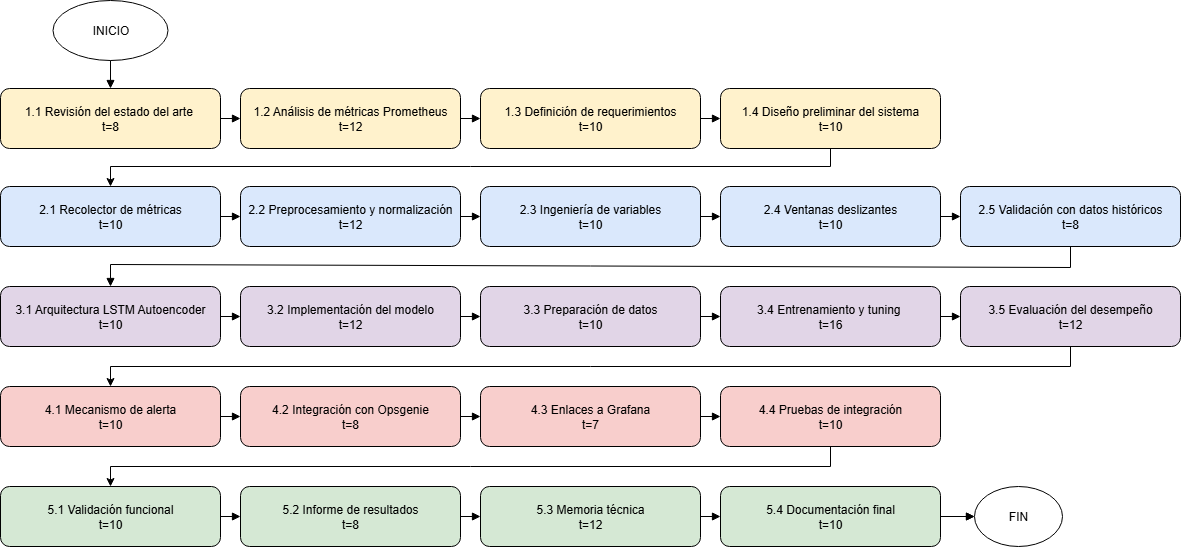
Above: Figuras/AoN.png in christophcharaf/Plantilla-planificacion (draw.io), before the change. Source tidied: cells renumbered, new cells last; positions are measured from the earlier drawing's top-left corner, leaving out a move shared by most shapes.
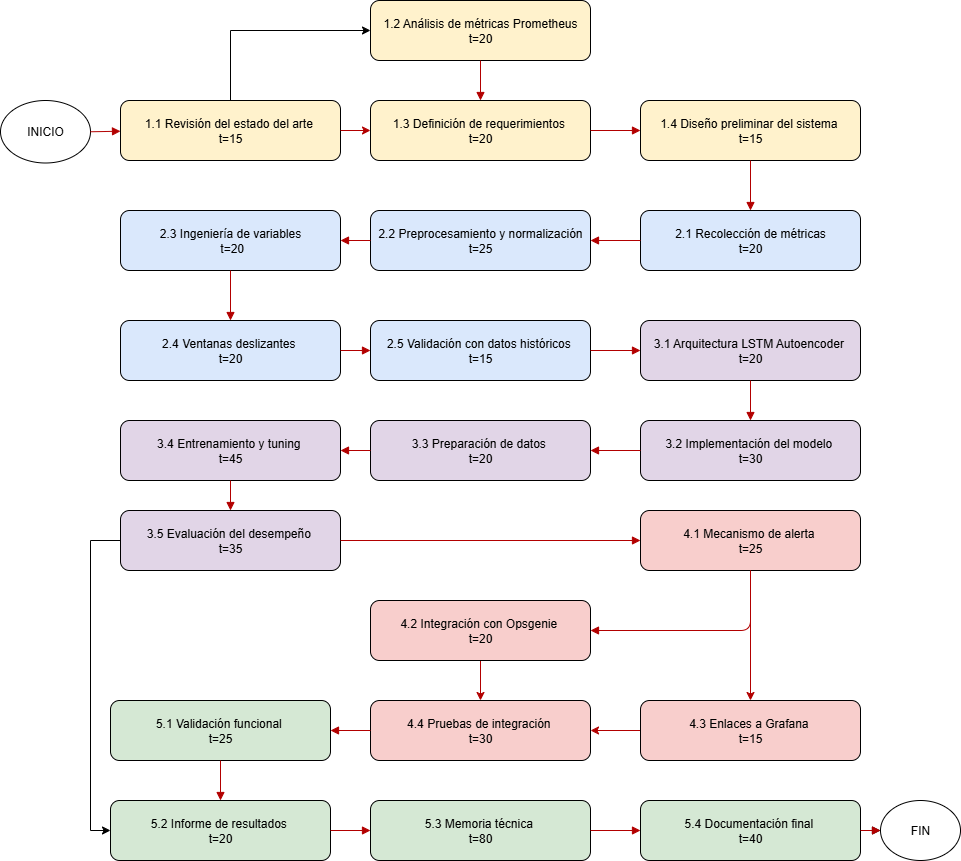
Above is the later version.

What changed in the source:
```diff
@@ -3,163 +3,161 @@
     <mxCell id="0" />
     <mxCell id="1" parent="0" />
     <mxCell id="2" value="INICIO" style="ellipse;whiteSpace=wrap;html=1;" parent="1" vertex="1">
-      <mxGeometry x="52.5" width="115" height="60" as="geometry" />
+      <mxGeometry x="1329" y="499" width="90" height="62.5" as="geometry" />
     </mxCell>
-    <mxCell id="3" value="1.1 Revisión del estado del arte&amp;nbsp;&lt;div&gt;t=8&lt;/div&gt;" style="rounded=1;fillColor=#fff2cc;whiteSpace=wrap;html=1;" parent="1" vertex="1">
-      <mxGeometry y="88" width="220" height="60" as="geometry" />
-    </mxCell>
-    <mxCell id="4" value="1.2 Análisis de métricas Prometheus&lt;div&gt;t=12&lt;/div&gt;" style="rounded=1;fillColor=#fff2cc;whiteSpace=wrap;html=1;" parent="1" vertex="1">
-      <mxGeometry x="240" y="88" width="220" height="60" as="geometry" />
-    </mxCell>
-    <mxCell id="5" value="1.3 Definición de requerimientos&lt;div&gt;t=10&lt;/div&gt;" style="rounded=1;fillColor=#fff2cc;whiteSpace=wrap;html=1;" parent="1" vertex="1">
-      <mxGeometry x="480" y="88" width="220" height="60" as="geometry" />
-    </mxCell>
-    <mxCell id="6" style="edgeStyle=orthogonalEdgeStyle;rounded=0;jettySize=auto;html=1;exitX=0.5;exitY=1;exitDx=0;exitDy=0;" parent="1" edge="1" source="7" target="8">
-      <mxGeometry relative="1" as="geometry">
-        <Array as="points">
-          <mxPoint x="830" y="166" />
-          <mxPoint x="110" y="166" />
-        </Array>
-      </mxGeometry>
-    </mxCell>
-    <mxCell id="7" value="1.4 Diseño preliminar del sistema&lt;div&gt;t=10&lt;/div&gt;" style="rounded=1;fillColor=#fff2cc;whiteSpace=wrap;html=1;" parent="1" vertex="1">
-      <mxGeometry x="720" y="88" width="220" height="60" as="geometry" />
-    </mxCell>
-    <mxCell id="8" value="2.1 Recolector de métricas&lt;div&gt;t=10&lt;/div&gt;" style="rounded=1;fillColor=#dae8fc;whiteSpace=wrap;html=1;" parent="1" vertex="1">
-      <mxGeometry y="186" width="220" height="60" as="geometry" />
-    </mxCell>
-    <mxCell id="9" value="2.2 Preprocesamiento y normalización&lt;div&gt;t=12&lt;/div&gt;" style="rounded=1;fillColor=#dae8fc;whiteSpace=wrap;html=1;" parent="1" vertex="1">
-      <mxGeometry x="240" y="186" width="220" height="60" as="geometry" />
-    </mxCell>
-    <mxCell id="10" value="2.3 Ingeniería de variables&lt;div&gt;t=10&lt;/div&gt;" style="rounded=1;fillColor=#dae8fc;whiteSpace=wrap;html=1;" parent="1" vertex="1">
-      <mxGeometry x="480" y="186" width="220" height="60" as="geometry" />
-    </mxCell>
-    <mxCell id="11" value="2.4 Ventanas deslizantes&lt;div&gt;t=10&lt;/div&gt;" style="rounded=1;fillColor=#dae8fc;whiteSpace=wrap;html=1;" parent="1" vertex="1">
-      <mxGeometry x="720" y="186" width="220" height="60" as="geometry" />
-    </mxCell>
-    <mxCell id="12" value="2.5 Validación con datos históricos&lt;div&gt;t=8&lt;/div&gt;" style="rounded=1;fillColor=#dae8fc;whiteSpace=wrap;html=1;" parent="1" vertex="1">
-      <mxGeometry x="960" y="186" width="220" height="60" as="geometry" />
-    </mxCell>
-    <mxCell id="13" value="3.1 Arquitectura LSTM Autoencoder&lt;div&gt;t=10&lt;/div&gt;" style="rounded=1;fillColor=#e1d5e7;whiteSpace=wrap;html=1;" parent="1" vertex="1">
-      <mxGeometry y="286" width="220" height="60" as="geometry" />
-    </mxCell>
-    <mxCell id="14" value="3.2 Implementación del modelo&lt;div&gt;t=12&lt;/div&gt;" style="rounded=1;fillColor=#e1d5e7;whiteSpace=wrap;html=1;" parent="1" vertex="1">
-      <mxGeometry x="240" y="286" width="220" height="60" as="geometry" />
-    </mxCell>
-    <mxCell id="15" value="3.3 Preparación de datos&lt;div&gt;t=10&lt;/div&gt;" style="rounded=1;fillColor=#e1d5e7;whiteSpace=wrap;html=1;" parent="1" vertex="1">
-      <mxGeometry x="480" y="286" width="220" height="60" as="geometry" />
-    </mxCell>
-    <mxCell id="16" value="3.4 Entrenamiento y tuning&amp;nbsp;&lt;div&gt;t=16&lt;/div&gt;" style="rounded=1;fillColor=#e1d5e7;whiteSpace=wrap;html=1;" parent="1" vertex="1">
-      <mxGeometry x="720" y="286" width="220" height="60" as="geometry" />
-    </mxCell>
-    <mxCell id="17" style="edgeStyle=orthogonalEdgeStyle;rounded=0;jettySize=auto;html=1;entryX=0.5;entryY=0;entryDx=0;entryDy=0;" parent="1" edge="1" source="18" target="19">
-      <mxGeometry relative="1" as="geometry">
-        <Array as="points">
-          <mxPoint x="1070" y="366" />
-          <mxPoint x="110" y="366" />
-        </Array>
-      </mxGeometry>
-    </mxCell>
-    <mxCell id="18" value="3.5 Evaluación del desempeño&lt;div&gt;t=12&lt;/div&gt;" style="rounded=1;fillColor=#e1d5e7;whiteSpace=wrap;html=1;" parent="1" vertex="1">
-      <mxGeometry x="960" y="286" width="220" height="60" as="geometry" />
-    </mxCell>
-    <mxCell id="19" value="4.1 Mecanismo de alerta&lt;div&gt;t=10&lt;/div&gt;" style="rounded=1;fillColor=#f8cecc;whiteSpace=wrap;html=1;" parent="1" vertex="1">
-      <mxGeometry y="386" width="220" height="60" as="geometry" />
-    </mxCell>
-    <mxCell id="20" value="4.2 Integración con Opsgenie&lt;div&gt;t=8&lt;/div&gt;" style="rounded=1;fillColor=#f8cecc;whiteSpace=wrap;html=1;" parent="1" vertex="1">
-      <mxGeometry x="240" y="386" width="220" height="60" as="geometry" />
-    </mxCell>
-    <mxCell id="21" value="4.3 Enlaces a Grafana&lt;div&gt;t=7&lt;/div&gt;" style="rounded=1;fillColor=#f8cecc;whiteSpace=wrap;html=1;" parent="1" vertex="1">
-      <mxGeometry x="480" y="386" width="220" height="60" as="geometry" />
-    </mxCell>
-    <mxCell id="22" style="edgeStyle=orthogonalEdgeStyle;rounded=0;jettySize=auto;html=1;exitX=0.5;exitY=1;exitDx=0;exitDy=0;" parent="1" edge="1" source="23" target="24">
-      <mxGeometry relative="1" as="geometry" />
-    </mxCell>
-    <mxCell id="23" value="4.4 Pruebas de integración&lt;div&gt;t=10&lt;/div&gt;" style="rounded=1;fillColor=#f8cecc;whiteSpace=wrap;html=1;" parent="1" vertex="1">
-      <mxGeometry x="720" y="386" width="220" height="60" as="geometry" />
-    </mxCell>
-    <mxCell id="24" value="5.1 Validación funcional&lt;div&gt;t=10&lt;/div&gt;" style="rounded=1;fillColor=#d5e8d4;whiteSpace=wrap;html=1;" parent="1" vertex="1">
-      <mxGeometry y="486" width="220" height="60" as="geometry" />
-    </mxCell>
-    <mxCell id="25" value="5.2 Informe de resultados&lt;div&gt;t=8&lt;/div&gt;" style="rounded=1;fillColor=#d5e8d4;whiteSpace=wrap;html=1;" parent="1" vertex="1">
-      <mxGeometry x="240" y="486" width="220" height="60" as="geometry" />
-    </mxCell>
-    <mxCell id="26" value="5.3 Memoria técnica&lt;div&gt;t=12&lt;/div&gt;" style="rounded=1;fillColor=#d5e8d4;whiteSpace=wrap;html=1;" parent="1" vertex="1">
-      <mxGeometry x="480" y="486" width="220" height="60" as="geometry" />
-    </mxCell>
-    <mxCell id="27" value="5.4 Documentación final&lt;div&gt;t=10&lt;/div&gt;" style="rounded=1;fillColor=#d5e8d4;whiteSpace=wrap;html=1;" parent="1" vertex="1">
-      <mxGeometry x="720" y="486" width="220" height="60" as="geometry" />
-    </mxCell>
+    <mxCell id="50" style="edgeStyle=orthogonalEdgeStyle;rounded=0;jettySize=auto;html=1;exitX=0.5;exitY=0;exitDx=0;exitDy=0;entryX=0;entryY=0.5;entryDx=0;entryDy=0;" parent="1" edge="1" source="51" target="52">
+      <mxGeometry relative="1" as="geometry" />
+    </mxCell>
+    <mxCell id="51" value="1.1 Revisión del estado del arte&amp;nbsp;&lt;div&gt;t=15&lt;/div&gt;" style="rounded=1;fillColor=#fff2cc;whiteSpace=wrap;html=1;" parent="1" vertex="1">
+      <mxGeometry x="1449" y="499" width="220" height="60" as="geometry" />
+    </mxCell>
+    <mxCell id="52" value="1.2 Análisis de métricas Prometheus&lt;div&gt;t=20&lt;/div&gt;" style="rounded=1;fillColor=#fff2cc;whiteSpace=wrap;html=1;" parent="1" vertex="1">
+      <mxGeometry x="1699" y="399" width="220" height="60" as="geometry" />
+    </mxCell>
+    <mxCell id="53" value="1.3 Definición de requerimientos&amp;nbsp;&lt;div&gt;t=20&lt;/div&gt;" style="rounded=1;fillColor=#fff2cc;whiteSpace=wrap;html=1;" parent="1" vertex="1">
+      <mxGeometry x="1699" y="499" width="220" height="60" as="geometry" />
+    </mxCell>
+    <mxCell id="54" value="1.4 Diseño preliminar del sistema&amp;nbsp;&lt;div&gt;t=15&lt;/div&gt;" style="rounded=1;fillColor=#fff2cc;whiteSpace=wrap;html=1;" parent="1" vertex="1">
+      <mxGeometry x="1969" y="499" width="220" height="60" as="geometry" />
+    </mxCell>
+    <mxCell id="55" value="2.1 Recolección de métricas&lt;div&gt;t=20&lt;/div&gt;" style="rounded=1;fillColor=#dae8fc;whiteSpace=wrap;html=1;" parent="1" vertex="1">
+      <mxGeometry x="1969" y="609" width="220" height="60" as="geometry" />
+    </mxCell>
+    <mxCell id="56" value="2.2 Preprocesamiento y normalización t=25" style="rounded=1;fillColor=#dae8fc;whiteSpace=wrap;html=1;" parent="1" vertex="1">
+      <mxGeometry x="1699" y="609" width="220" height="60" as="geometry" />
+    </mxCell>
+    <mxCell id="57" value="2.3 Ingeniería de variables&lt;div&gt;&amp;nbsp;t=20&lt;/div&gt;" style="rounded=1;fillColor=#dae8fc;whiteSpace=wrap;html=1;" parent="1" vertex="1">
+      <mxGeometry x="1449" y="609" width="220" height="60" as="geometry" />
+    </mxCell>
+    <mxCell id="58" value="2.4 Ventanas deslizantes&amp;nbsp;&lt;div&gt;t=20&lt;/div&gt;" style="rounded=1;fillColor=#dae8fc;whiteSpace=wrap;html=1;" parent="1" vertex="1">
+      <mxGeometry x="1449" y="719" width="220" height="60" as="geometry" />
+    </mxCell>
+    <mxCell id="59" value="2.5 Validación con datos históricos&amp;nbsp;&lt;div&gt;t=15&lt;/div&gt;" style="rounded=1;fillColor=#dae8fc;whiteSpace=wrap;html=1;" parent="1" vertex="1">
+      <mxGeometry x="1699" y="719" width="220" height="60" as="geometry" />
+    </mxCell>
+    <mxCell id="60" value="3.1 Arquitectura LSTM Autoencoder&amp;nbsp;&lt;div&gt;t=20&lt;/div&gt;" style="rounded=1;fillColor=#e1d5e7;whiteSpace=wrap;html=1;" parent="1" vertex="1">
+      <mxGeometry x="1969" y="719" width="220" height="60" as="geometry" />
+    </mxCell>
+    <mxCell id="61" value="3.2 Implementación del modelo&amp;nbsp;&lt;div&gt;t=30&lt;/div&gt;" style="rounded=1;fillColor=#e1d5e7;whiteSpace=wrap;html=1;" parent="1" vertex="1">
+      <mxGeometry x="1969" y="819" width="220" height="60" as="geometry" />
+    </mxCell>
+    <mxCell id="62" value="3.3 Preparación de datos&amp;nbsp;&lt;div&gt;t=20&lt;/div&gt;" style="rounded=1;fillColor=#e1d5e7;whiteSpace=wrap;html=1;" parent="1" vertex="1">
+      <mxGeometry x="1699" y="819" width="220" height="60" as="geometry" />
+    </mxCell>
+    <mxCell id="63" value="3.4 Entrenamiento y tuning&amp;nbsp;&lt;div&gt;t=45&lt;/div&gt;" style="rounded=1;fillColor=#e1d5e7;whiteSpace=wrap;html=1;" parent="1" vertex="1">
+      <mxGeometry x="1449" y="819" width="220" height="60" as="geometry" />
+    </mxCell>
+    <mxCell id="64" style="edgeStyle=orthogonalEdgeStyle;rounded=0;jettySize=auto;html=1;exitX=0;exitY=0.5;exitDx=0;exitDy=0;entryX=0;entryY=0.5;entryDx=0;entryDy=0;" parent="1" edge="1" source="65" target="73">
+      <mxGeometry relative="1" as="geometry" />
+    </mxCell>
+    <mxCell id="65" value="3.5 Evaluación del desempeño&amp;nbsp;&lt;div&gt;t=35&lt;/div&gt;" style="rounded=1;fillColor=#e1d5e7;whiteSpace=wrap;html=1;" parent="1" vertex="1">
+      <mxGeometry x="1449" y="909" width="220" height="60" as="geometry" />
+    </mxCell>
+    <mxCell id="66" value="4.1 Mecanismo de alerta&amp;nbsp;&lt;div&gt;t=25&lt;/div&gt;" style="rounded=1;fillColor=#f8cecc;whiteSpace=wrap;html=1;" parent="1" vertex="1">
+      <mxGeometry x="1969" y="909" width="220" height="60" as="geometry" />
+    </mxCell>
+    <mxCell id="67" style="edgeStyle=orthogonalEdgeStyle;rounded=0;jettySize=auto;html=1;exitX=0.5;exitY=1;exitDx=0;exitDy=0;entryX=0.5;entryY=0;entryDx=0;entryDy=0;fillColor=#e51400;strokeColor=#B20000;" parent="1" edge="1" source="68" target="71">
+      <mxGeometry relative="1" as="geometry" />
+    </mxCell>
+    <mxCell id="68" value="4.2 Integración con Opsgenie&amp;nbsp;&lt;div&gt;t=20&lt;/div&gt;" style="rounded=1;fillColor=#f8cecc;whiteSpace=wrap;html=1;" parent="1" vertex="1">
+      <mxGeometry x="1699" y="999" width="220" height="60" as="geometry" />
+    </mxCell>
+    <mxCell id="69" style="edgeStyle=orthogonalEdgeStyle;rounded=0;jettySize=auto;html=1;exitX=0;exitY=0.5;exitDx=0;exitDy=0;entryX=1;entryY=0.5;entryDx=0;entryDy=0;fillColor=#e51400;strokeColor=#B20000;" parent="1" edge="1" source="70" target="71">
+      <mxGeometry relative="1" as="geometry" />
+    </mxCell>
+    <mxCell id="70" value="4.3 Enlaces a Grafana&amp;nbsp;&lt;div&gt;t=15&lt;/div&gt;" style="rounded=1;fillColor=#f8cecc;whiteSpace=wrap;html=1;" parent="1" vertex="1">
+      <mxGeometry x="1969" y="1099" width="220" height="60" as="geometry" />
+    </mxCell>
+    <mxCell id="71" value="4.4 Pruebas de integración&amp;nbsp;&lt;div&gt;t=30&lt;/div&gt;" style="rounded=1;fillColor=#f8cecc;whiteSpace=wrap;html=1;" parent="1" vertex="1">
+      <mxGeometry x="1699" y="1099" width="220" height="60" as="geometry" />
+    </mxCell>
+    <mxCell id="72" value="5.1 Validación funcional&amp;nbsp;&lt;div&gt;t=25&lt;/div&gt;" style="rounded=1;fillColor=#d5e8d4;whiteSpace=wrap;html=1;" parent="1" vertex="1">
+      <mxGeometry x="1439" y="1099" width="220" height="60" as="geometry" />
+    </mxCell>
+    <mxCell id="73" value="5.2 Informe de resultados&amp;nbsp;&lt;div&gt;t=20&lt;/div&gt;" style="rounded=1;fillColor=#d5e8d4;whiteSpace=wrap;html=1;" parent="1" vertex="1">
+      <mxGeometry x="1439" y="1199" width="220" height="60" as="geometry" />
+    </mxCell>
+    <mxCell id="74" value="5.3 Memoria técnica&amp;nbsp;&lt;div&gt;t=80&lt;/div&gt;" style="rounded=1;fillColor=#d5e8d4;whiteSpace=wrap;html=1;" parent="1" vertex="1">
+      <mxGeometry x="1699" y="1199" width="220" height="60" as="geometry" />
+    </mxCell>
+    <mxCell id="75" value="5.4 Documentación final&amp;nbsp;&lt;div&gt;t=40&lt;/div&gt;" style="rounded=1;fillColor=#d5e8d4;whiteSpace=wrap;html=1;" parent="1" vertex="1">
+      <mxGeometry x="1969" y="1199" width="220" height="60" as="geometry" />
+    </mxCell>
     <mxCell id="28" value="FIN" style="ellipse;whiteSpace=wrap;html=1;" parent="1" vertex="1">
-      <mxGeometry x="974" y="486" width="88" height="60" as="geometry" />
+      <mxGeometry x="2209" y="1199" width="80" height="60" as="geometry" />
     </mxCell>
-    <mxCell id="29" style="endArrow=block;html=1;" parent="1" edge="1" source="2" target="3">
-      <mxGeometry relative="1" as="geometry" />
-    </mxCell>
-    <mxCell id="30" style="endArrow=block;html=1;" parent="1" edge="1" source="3" target="4">
-      <mxGeometry relative="1" as="geometry" />
-    </mxCell>
-    <mxCell id="31" style="endArrow=block;html=1;" parent="1" edge="1" source="4" target="5">
-      <mxGeometry relative="1" as="geometry" />
-    </mxCell>
-    <mxCell id="32" style="endArrow=block;html=1;" parent="1" edge="1" source="5" target="7">
-      <mxGeometry relative="1" as="geometry" />
-    </mxCell>
-    <mxCell id="33" style="endArrow=block;html=1;" parent="1" edge="1" source="8" target="9">
-      <mxGeometry relative="1" as="geometry" />
-    </mxCell>
-    <mxCell id="34" style="endArrow=block;html=1;" parent="1" edge="1" source="9" target="10">
-      <mxGeometry relative="1" as="geometry" />
-    </mxCell>
-    <mxCell id="35" style="endArrow=block;html=1;" parent="1" edge="1" source="10" target="11">
-      <mxGeometry relative="1" as="geometry" />
-    </mxCell>
-    <mxCell id="36" style="endArrow=block;html=1;" parent="1" edge="1" source="11" target="12">
-      <mxGeometry relative="1" as="geometry" />
-    </mxCell>
-    <mxCell id="37" style="endArrow=block;html=1;rounded=0;curved=0;" parent="1" edge="1" source="12" target="13">
-      <mxGeometry relative="1" as="geometry">
-        <Array as="points">
-          <mxPoint x="1070" y="267" />
-          <mxPoint x="110" y="264" />
-        </Array>
-      </mxGeometry>
-    </mxCell>
-    <mxCell id="38" style="endArrow=block;html=1;" parent="1" edge="1" source="13" target="14">
-      <mxGeometry relative="1" as="geometry" />
-    </mxCell>
-    <mxCell id="39" style="endArrow=block;html=1;" parent="1" edge="1" source="14" target="15">
-      <mxGeometry relative="1" as="geometry" />
-    </mxCell>
-    <mxCell id="40" style="endArrow=block;html=1;" parent="1" edge="1" source="15" target="16">
-      <mxGeometry relative="1" as="geometry" />
-    </mxCell>
-    <mxCell id="41" style="endArrow=block;html=1;" parent="1" edge="1" source="16" target="18">
-      <mxGeometry relative="1" as="geometry" />
-    </mxCell>
-    <mxCell id="42" style="endArrow=block;html=1;" parent="1" edge="1" source="19" target="20">
-      <mxGeometry relative="1" as="geometry" />
-    </mxCell>
-    <mxCell id="43" style="endArrow=block;html=1;" parent="1" edge="1" source="20" target="21">
-      <mxGeometry relative="1" as="geometry" />
-    </mxCell>
-    <mxCell id="44" style="endArrow=block;html=1;" parent="1" edge="1" source="21" target="23">
-      <mxGeometry relative="1" as="geometry" />
-    </mxCell>
-    <mxCell id="45" style="endArrow=block;html=1;" parent="1" edge="1" source="24" target="25">
-      <mxGeometry relative="1" as="geometry" />
-    </mxCell>
-    <mxCell id="46" style="endArrow=block;html=1;" parent="1" edge="1" source="25" target="26">
-      <mxGeometry relative="1" as="geometry" />
-    </mxCell>
-    <mxCell id="47" style="endArrow=block;html=1;" parent="1" edge="1" source="26" target="27">
-      <mxGeometry relative="1" as="geometry" />
-    </mxCell>
-    <mxCell id="48" style="endArrow=block;html=1;" parent="1" edge="1" source="27" target="28">
-      <mxGeometry relative="1" as="geometry" />
-    </mxCell>
-    <mxCell id="49" style="endArrow=block;html=1;" parent="1" edge="1" source="27" target="28">
-      <mxGeometry relative="1" as="geometry" />
-    </mxCell>
+    <mxCell id="76" style="endArrow=block;html=1;fillColor=#e51400;strokeColor=#B20000;" parent="1" edge="1" source="2" target="51">
+      <mxGeometry relative="1" as="geometry" />
+    </mxCell>
+    <mxCell id="77" style="endArrow=block;html=1;fillColor=#e51400;strokeColor=#B20000;" parent="1" edge="1" source="52" target="53">
+      <mxGeometry relative="1" as="geometry" />
+    </mxCell>
+    <mxCell id="78" style="endArrow=block;html=1;fillColor=#e51400;strokeColor=#B20000;" parent="1" edge="1" source="53" target="54">
+      <mxGeometry relative="1" as="geometry" />
+    </mxCell>
+    <mxCell id="79" style="endArrow=block;html=1;fillColor=#e51400;strokeColor=#B20000;" parent="1" edge="1" source="54" target="55">
+      <mxGeometry relative="1" as="geometry" />
+    </mxCell>
+    <mxCell id="80" style="endArrow=block;html=1;fillColor=#e51400;strokeColor=#B20000;" parent="1" edge="1" source="55" target="56">
+      <mxGeometry relative="1" as="geometry" />
+    </mxCell>
+    <mxCell id="81" style="endArrow=block;html=1;fillColor=#e51400;strokeColor=#B20000;" parent="1" edge="1" source="56" target="57">
+      <mxGeometry relative="1" as="geometry" />
+    </mxCell>
+    <mxCell id="82" style="endArrow=block;html=1;fillColor=#e51400;strokeColor=#B20000;" parent="1" edge="1" source="57" target="58">
+      <mxGeometry relative="1" as="geometry" />
+    </mxCell>
+    <mxCell id="83" style="endArrow=block;html=1;fillColor=#e51400;strokeColor=#B20000;" parent="1" edge="1" source="58" target="59">
+      <mxGeometry relative="1" as="geometry" />
+    </mxCell>
+    <mxCell id="84" style="endArrow=block;html=1;fillColor=#e51400;strokeColor=#B20000;" parent="1" edge="1" source="59" target="60">
+      <mxGeometry relative="1" as="geometry" />
+    </mxCell>
+    <mxCell id="85" style="endArrow=block;html=1;fillColor=#e51400;strokeColor=#B20000;" parent="1" edge="1" source="60" target="61">
+      <mxGeometry relative="1" as="geometry" />
+    </mxCell>
+    <mxCell id="86" style="endArrow=block;html=1;fillColor=#e51400;strokeColor=#B20000;" parent="1" edge="1" source="61" target="62">
+      <mxGeometry relative="1" as="geometry" />
+    </mxCell>
+    <mxCell id="87" style="endArrow=block;html=1;fillColor=#e51400;strokeColor=#B20000;" parent="1" edge="1" source="62" target="63">
+      <mxGeometry relative="1" as="geometry" />
+    </mxCell>
+    <mxCell id="88" style="endArrow=block;html=1;fillColor=#e51400;strokeColor=#B20000;" parent="1" edge="1" source="63" target="65">
+      <mxGeometry relative="1" as="geometry" />
+    </mxCell>
+    <mxCell id="89" style="endArrow=block;html=1;fillColor=#e51400;strokeColor=#B20000;" parent="1" edge="1" source="65" target="66">
+      <mxGeometry relative="1" as="geometry" />
+    </mxCell>
+    <mxCell id="90" style="endArrow=block;html=1;fillColor=#e51400;strokeColor=#B20000;" parent="1" edge="1" source="66" target="68">
+      <mxGeometry relative="1" as="geometry">
+        <Array as="points">
+          <mxPoint x="2079" y="1029" />
+        </Array>
+      </mxGeometry>
+    </mxCell>
+    <mxCell id="91" style="endArrow=block;html=1;fillColor=#e51400;strokeColor=#B20000;" parent="1" edge="1" source="71" target="72">
+      <mxGeometry relative="1" as="geometry" />
+    </mxCell>
+    <mxCell id="92" style="endArrow=block;html=1;fillColor=#e51400;strokeColor=#B20000;" parent="1" edge="1" source="72" target="73">
+      <mxGeometry relative="1" as="geometry" />
+    </mxCell>
+    <mxCell id="93" style="endArrow=block;html=1;fillColor=#e51400;strokeColor=#B20000;" parent="1" edge="1" source="73" target="74">
+      <mxGeometry relative="1" as="geometry" />
+    </mxCell>
+    <mxCell id="94" style="endArrow=block;html=1;fillColor=#e51400;strokeColor=#B20000;" parent="1" edge="1" source="74" target="75">
+      <mxGeometry relative="1" as="geometry" />
+    </mxCell>
+    <mxCell id="95" style="endArrow=block;html=1;" parent="1" edge="1" source="75" target="28">
+      <mxGeometry relative="1" as="geometry" />
+    </mxCell>
+    <mxCell id="96" style="endArrow=block;html=1;fillColor=#e51400;strokeColor=#B20000;" parent="1" edge="1" source="75" target="28">
+      <mxGeometry relative="1" as="geometry" />
+    </mxCell>
+    <mxCell id="97" style="edgeStyle=orthogonalEdgeStyle;rounded=0;html=1;fillColor=#e51400;strokeColor=#B20000;" parent="1" edge="1" source="51" target="53">
+      <mxGeometry relative="1" as="geometry" />
+    </mxCell>
+    <mxCell id="98" style="endArrow=classic;html=1;rounded=0;exitX=0.5;exitY=1;exitDx=0;exitDy=0;entryX=0.5;entryY=0;entryDx=0;entryDy=0;fillColor=#e51400;strokeColor=#B20000;" parent="1" edge="1" source="66" target="70">
+      <mxGeometry relative="1" as="geometry" />
+    </mxCell>
   </root>
 </mxGraphModel>
```
